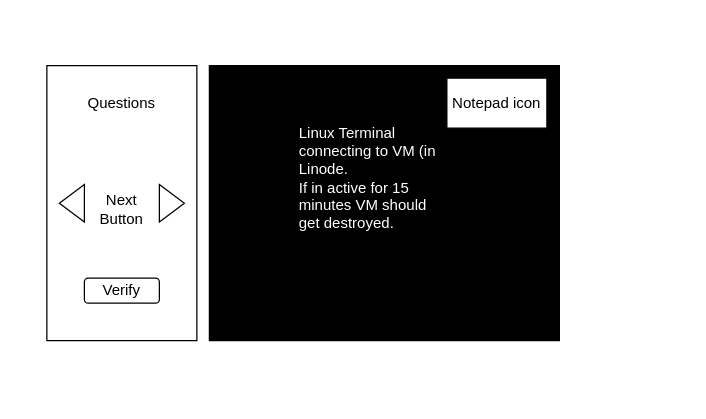
gonchigars/CKAD-exercises keeps this draw.io diagram as page "Lab_Page" (4 of 5) of Topkuber_Design.drawio. Above is the earlier version. Source tidied: cells renumbered, new cells numbered last; positions are measured from the earlier drawing's top-left corner, leaving out a move shared by most shapes. Both pictures are drawn from the tidied source at 125%, with x=0, y=0 at pixel (46, 65).
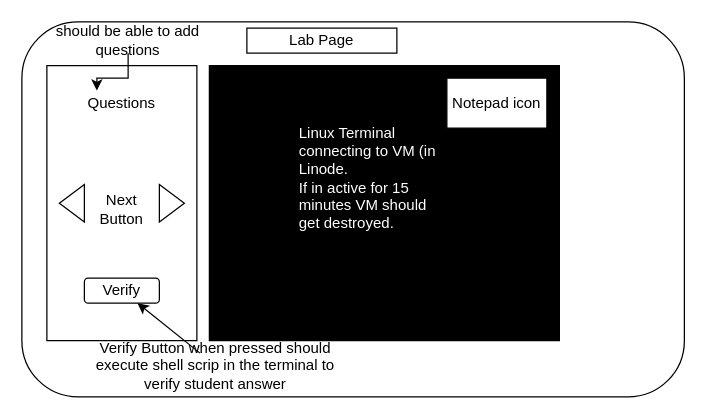
After the change.

The edit, as a diff of the source:
```diff
@@
 <mxGraphModel>
   <root>
     <mxCell id="0" />
     <mxCell id="1" parent="0" />
+    <mxCell id="11" style="rounded=1;whiteSpace=wrap;html=1;" parent="1" vertex="1">
+      <mxGeometry x="-20" y="-35" width="530" height="300" as="geometry" />
+    </mxCell>
     <mxCell id="2" style="rounded=0;whiteSpace=wrap;html=1;fillColor=#000000;" parent="1" vertex="1">
       <mxGeometry x="130" width="280" height="220" as="geometry" />
     </mxCell>
     <mxCell id="3" style="rounded=0;whiteSpace=wrap;html=1;" parent="1" vertex="1">
       <mxGeometry width="120" height="220" as="geometry" />
     </mxCell>
     <mxCell id="4" value="Questions" style="text;html=1;strokeColor=none;fillColor=none;align=center;verticalAlign=middle;whiteSpace=wrap;rounded=0;" parent="1" vertex="1">
       <mxGeometry x="40" y="20" width="40" height="20" as="geometry" />
     </mxCell>
     <mxCell id="5" value="&lt;font color=&quot;#ffffff&quot;&gt;Linux Terminal connecting to VM (in Linode.&lt;br&gt;If in active for 15 minutes VM should get destroyed.&lt;br&gt;&lt;/font&gt;" style="text;html=1;strokeColor=none;fillColor=none;align=left;verticalAlign=middle;whiteSpace=wrap;rounded=0;" parent="1" vertex="1">
       <mxGeometry x="200" y="80" width="120" height="20" as="geometry" />
     </mxCell>
     <mxCell id="6" style="triangle;whiteSpace=wrap;html=1;" parent="1" vertex="1">
       <mxGeometry x="90" y="95" width="20" height="30" as="geometry" />
     </mxCell>
     <mxCell id="7" style="triangle;whiteSpace=wrap;html=1;rotation=-180;" parent="1" vertex="1">
       <mxGeometry x="10" y="95" width="20" height="30" as="geometry" />
     </mxCell>
     <mxCell id="8" value="Notepad icon" style="rounded=0;whiteSpace=wrap;html=1;fillColor=#FFFFFF;" parent="1" vertex="1">
       <mxGeometry x="320" y="10" width="80" height="40" as="geometry" />
     </mxCell>
     <mxCell id="9" value="Next Button" style="text;html=1;strokeColor=none;fillColor=none;align=center;verticalAlign=middle;whiteSpace=wrap;rounded=0;" parent="1" vertex="1">
       <mxGeometry x="40" y="105" width="40" height="20" as="geometry" />
     </mxCell>
     <mxCell id="10" value="Verify" style="rounded=1;whiteSpace=wrap;html=1;fillColor=#FFFFFF;" parent="1" vertex="1">
       <mxGeometry x="30" y="170" width="60" height="20" as="geometry" />
     </mxCell>
+    <mxCell id="12" value="Lab Page" style="rounded=0;whiteSpace=wrap;html=1;" parent="1" vertex="1">
+      <mxGeometry x="160" y="-30" width="120" height="20" as="geometry" />
+    </mxCell>
+    <mxCell id="13" value="Verify Button when pressed should execute shell scrip in the terminal to verify student answer" style="text;html=1;strokeColor=none;fillColor=none;align=center;verticalAlign=middle;whiteSpace=wrap;rounded=0;" parent="1" vertex="1">
+      <mxGeometry x="30" y="230" width="210" height="20" as="geometry" />
+    </mxCell>
+    <mxCell id="14" style="endArrow=classic;html=1;" parent="1" edge="1" source="13" target="10">
+      <mxGeometry relative="1" as="geometry" />
+    </mxCell>
+    <mxCell id="15" style="edgeStyle=orthogonalEdgeStyle;rounded=0;jettySize=auto;html=1;entryX=0;entryY=0;entryDx=0;entryDy=0;" parent="1" edge="1" source="16" target="4">
+      <mxGeometry relative="1" as="geometry" />
+    </mxCell>
+    <mxCell id="16" value="should be able to add questions" style="text;html=1;strokeColor=none;fillColor=none;align=center;verticalAlign=middle;whiteSpace=wrap;rounded=0;" parent="1" vertex="1">
+      <mxGeometry y="-30" width="130" height="20" as="geometry" />
+    </mxCell>
   </root>
 </mxGraphModel>
```
